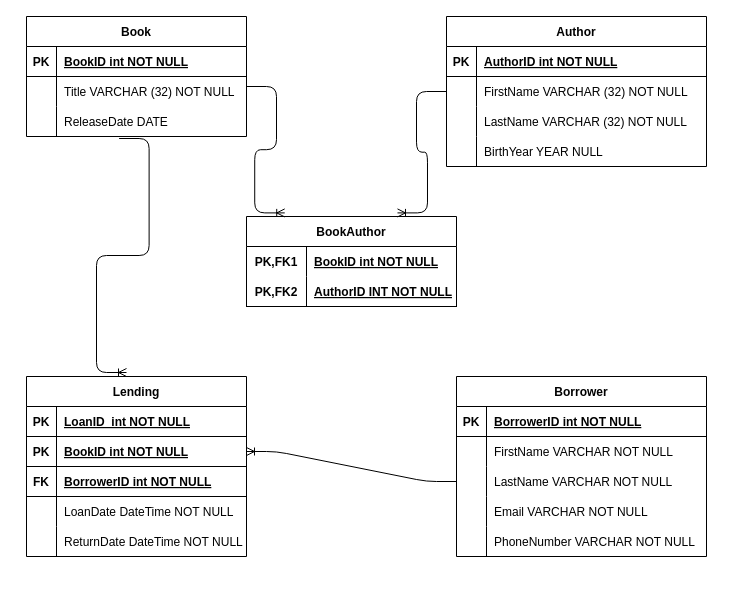
Earlier version of the draw.io diagram ER-Model_Diagram/ER-Diagram.drawio (nicorasck/Slutuppgift_Bibliotekssystem). Source tidied: cells renumbered, new cells numbered last; positions are measured from the earlier drawing's top-left corner, leaving out a move shared by most shapes. Both pictures are drawn from the tidied source at 100%, with x=0, y=0 at pixel (26, 16).
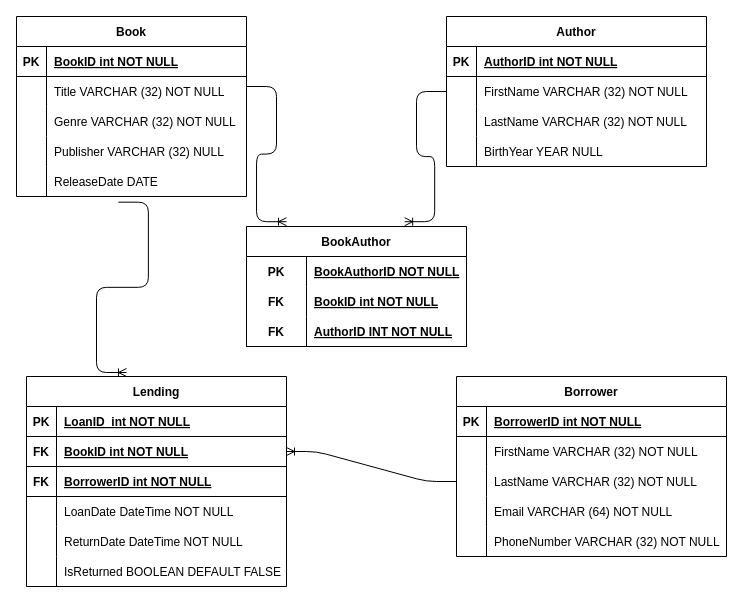
After the change.

The edit, as a diff of the source:
```diff
@@
     <mxCell id="2" value="Book" style="shape=table;startSize=30;childLayout=tableLayout;rowLines=0;fontStyle=1;align=center;" parent="1" vertex="1">
-      <mxGeometry width="220" height="120" as="geometry" />
+      <mxGeometry x="-10" width="230" height="180" as="geometry" />
     </mxCell>
     <mxCell id="3" style="shape=tableRow;horizontal=0;startSize=0;swimlaneHead=0;swimlaneBody=0;fillColor=none;top=0;left=0;right=0;bottom=1;" parent="2" vertex="1">
-      <mxGeometry y="30" width="220" height="30" as="geometry" />
+      <mxGeometry y="30" width="230" height="30" as="geometry" />
     </mxCell>
@@
     <mxCell id="5" value="BookID int NOT NULL" style="shape=partialRectangle;fillColor=none;top=0;left=0;bottom=0;right=0;align=left;spacingLeft=6;fontStyle=5;overflow=hidden;" parent="3" vertex="1">
-      <mxGeometry x="30" width="190" height="30" as="geometry" />
+      <mxGeometry x="30" width="200" height="30" as="geometry" />
     </mxCell>
     <mxCell id="6" style="shape=tableRow;horizontal=0;startSize=0;swimlaneHead=0;swimlaneBody=0;fillColor=none;top=0;left=0;right=0;bottom=0;" parent="2" vertex="1">
-      <mxGeometry y="60" width="220" height="30" as="geometry" />
+      <mxGeometry y="60" width="230" height="30" as="geometry" />
     </mxCell>
@@
     <mxCell id="8" value="Title VARCHAR (32) NOT NULL" style="shape=partialRectangle;fillColor=none;top=0;left=0;bottom=0;right=0;align=left;spacingLeft=6;overflow=hidden;" parent="6" vertex="1">
-      <mxGeometry x="30" width="190" height="30" as="geometry" />
+      <mxGeometry x="30" width="200" height="30" as="geometry" />
     </mxCell>
+    <mxCell id="68" style="shape=tableRow;horizontal=0;startSize=0;swimlaneHead=0;swimlaneBody=0;fillColor=none;top=0;left=0;right=0;bottom=0;" parent="2" vertex="1">
+      <mxGeometry y="90" width="230" height="30" as="geometry" />
+    </mxCell>
+    <mxCell id="69" style="shape=partialRectangle;fillColor=none;top=0;left=0;bottom=0;right=0;overflow=hidden;" parent="68" vertex="1">
+      <mxGeometry width="30" height="30" as="geometry" />
+    </mxCell>
+    <mxCell id="70" value="Genre VARCHAR (32) NOT NULL" style="shape=partialRectangle;fillColor=none;top=0;left=0;bottom=0;right=0;align=left;spacingLeft=6;overflow=hidden;" parent="68" vertex="1">
+      <mxGeometry x="30" width="200" height="30" as="geometry" />
+    </mxCell>
     <mxCell id="9" style="shape=tableRow;horizontal=0;startSize=0;swimlaneHead=0;swimlaneBody=0;fillColor=none;points=[[0,0.5],[1,0.5]];portConstraint=eastwest;top=0;left=0;right=0;bottom=0;" parent="2" vertex="1">
-      <mxGeometry y="90" width="220" height="30" as="geometry" />
+      <mxGeometry y="120" width="230" height="30" as="geometry" />
     </mxCell>
@@
-    <mxCell id="11" value="ReleaseDate DATE" style="shape=partialRectangle;fillColor=none;top=0;left=0;bottom=0;right=0;align=left;spacingLeft=6;overflow=hidden;" parent="9" vertex="1">
-      <mxGeometry x="30" width="190" height="30" as="geometry" />
+    <mxCell id="11" value="Publisher VARCHAR (32) NULL" style="shape=partialRectangle;fillColor=none;top=0;left=0;bottom=0;right=0;align=left;spacingLeft=6;overflow=hidden;" parent="9" vertex="1">
+      <mxGeometry x="30" width="200" height="30" as="geometry" />
     </mxCell>
+    <mxCell id="71" style="shape=tableRow;horizontal=0;startSize=0;swimlaneHead=0;swimlaneBody=0;fillColor=none;points=[[0,0.5],[1,0.5]];portConstraint=eastwest;top=0;left=0;right=0;bottom=0;" parent="2" vertex="1">
+      <mxGeometry y="150" width="230" height="30" as="geometry" />
+    </mxCell>
+    <mxCell id="72" style="shape=partialRectangle;fillColor=none;top=0;left=0;bottom=0;right=0;overflow=hidden;" parent="71" vertex="1">
+      <mxGeometry width="30" height="30" as="geometry" />
+    </mxCell>
+    <mxCell id="73" value="ReleaseDate DATE" style="shape=partialRectangle;fillColor=none;top=0;left=0;bottom=0;right=0;align=left;spacingLeft=6;overflow=hidden;" parent="71" vertex="1">
+      <mxGeometry x="30" width="200" height="30" as="geometry" />
+    </mxCell>
@@
     <mxCell id="25" value="BookAuthor" style="shape=table;startSize=30;childLayout=tableLayout;rowLines=0;fontStyle=1;align=center;" parent="1" vertex="1">
-      <mxGeometry x="220" y="200" width="210" height="90" as="geometry" />
+      <mxGeometry x="220" y="210" width="220" height="120" as="geometry" />
     </mxCell>
+    <mxCell id="74" style="shape=tableRow;horizontal=0;startSize=0;swimlaneHead=0;swimlaneBody=0;fillColor=none;top=0;left=0;right=0;bottom=0;" parent="25" vertex="1">
+      <mxGeometry y="30" width="220" height="30" as="geometry" />
+    </mxCell>
+    <mxCell id="75" value="PK" style="shape=partialRectangle;fillColor=none;top=0;left=0;bottom=0;right=0;fontStyle=1;overflow=hidden;" parent="74" vertex="1">
+      <mxGeometry width="60" height="30" as="geometry" />
+    </mxCell>
+    <mxCell id="76" value="BookAuthorID NOT NULL" style="shape=partialRectangle;fillColor=none;top=0;left=0;bottom=0;right=0;align=left;spacingLeft=6;fontStyle=5;overflow=hidden;" parent="74" vertex="1">
+      <mxGeometry x="60" width="160" height="30" as="geometry" />
+    </mxCell>
     <mxCell id="26" style="shape=tableRow;horizontal=0;startSize=0;swimlaneHead=0;swimlaneBody=0;fillColor=none;top=0;left=0;right=0;bottom=0;" parent="25" vertex="1">
-      <mxGeometry y="30" width="210" height="30" as="geometry" />
+      <mxGeometry y="60" width="220" height="30" as="geometry" />
     </mxCell>
-    <mxCell id="27" value="PK,FK1" style="shape=partialRectangle;fillColor=none;top=0;left=0;bottom=0;right=0;fontStyle=1;overflow=hidden;" parent="26" vertex="1">
+    <mxCell id="27" value="FK" style="shape=partialRectangle;fillColor=none;top=0;left=0;bottom=0;right=0;fontStyle=1;overflow=hidden;" parent="26" vertex="1">
       <mxGeometry width="60" height="30" as="geometry" />
     </mxCell>
     <mxCell id="28" value="BookID int NOT NULL" style="shape=partialRectangle;fillColor=none;top=0;left=0;bottom=0;right=0;align=left;spacingLeft=6;fontStyle=5;overflow=hidden;" parent="26" vertex="1">
-      <mxGeometry x="60" width="150" height="30" as="geometry" />
+      <mxGeometry x="60" width="160" height="30" as="geometry" />
     </mxCell>
     <mxCell id="29" style="shape=tableRow;horizontal=0;startSize=0;swimlaneHead=0;swimlaneBody=0;fillColor=none;top=0;left=0;right=0;bottom=1;" parent="25" vertex="1">
-      <mxGeometry y="60" width="210" height="30" as="geometry" />
+      <mxGeometry y="90" width="220" height="30" as="geometry" />
     </mxCell>
-    <mxCell id="30" value="PK,FK2" style="shape=partialRectangle;fillColor=none;top=0;left=0;bottom=0;right=0;fontStyle=1;overflow=hidden;" parent="29" vertex="1">
+    <mxCell id="30" value="FK" style="shape=partialRectangle;fillColor=none;top=0;left=0;bottom=0;right=0;fontStyle=1;overflow=hidden;" parent="29" vertex="1">
       <mxGeometry width="60" height="30" as="geometry" />
     </mxCell>
     <mxCell id="31" value="AuthorID INT NOT NULL" style="shape=partialRectangle;fillColor=none;top=0;left=0;bottom=0;right=0;align=left;spacingLeft=6;fontStyle=5;overflow=hidden;" parent="29" vertex="1">
-      <mxGeometry x="60" width="150" height="30" as="geometry" />
+      <mxGeometry x="60" width="160" height="30" as="geometry" />
     </mxCell>
     <mxCell id="32" value="Lending" style="shape=table;startSize=30;childLayout=tableLayout;rowLines=0;fontStyle=1;align=center;" parent="1" vertex="1">
-      <mxGeometry y="360" width="220" height="180" as="geometry" />
+      <mxGeometry y="360" width="260" height="210" as="geometry" />
     </mxCell>
     <mxCell id="33" style="shape=tableRow;horizontal=0;startSize=0;swimlaneHead=0;swimlaneBody=0;fillColor=none;top=0;left=0;right=0;bottom=1;" parent="32" vertex="1">
-      <mxGeometry y="30" width="220" height="30" as="geometry" />
+      <mxGeometry y="30" width="260" height="30" as="geometry" />
     </mxCell>
@@
     <mxCell id="35" value="LoanID  int NOT NULL" style="shape=partialRectangle;fillColor=none;top=0;left=0;bottom=0;right=0;align=left;spacingLeft=6;fontStyle=5;overflow=hidden;" parent="33" vertex="1">
-      <mxGeometry x="30" width="190" height="30" as="geometry" />
+      <mxGeometry x="30" width="230" height="30" as="geometry" />
     </mxCell>
     <mxCell id="36" style="shape=tableRow;horizontal=0;startSize=0;swimlaneHead=0;swimlaneBody=0;fillColor=none;points=[[0,0.5],[1,0.5]];portConstraint=eastwest;top=0;left=0;right=0;bottom=1;" parent="32" vertex="1">
-      <mxGeometry y="60" width="220" height="30" as="geometry" />
+      <mxGeometry y="60" width="260" height="30" as="geometry" />
     </mxCell>
-    <mxCell id="37" value="PK" style="shape=partialRectangle;fillColor=none;top=0;left=0;bottom=0;right=0;fontStyle=1;overflow=hidden;" parent="36" vertex="1">
+    <mxCell id="37" value="FK" style="shape=partialRectangle;fillColor=none;top=0;left=0;bottom=0;right=0;fontStyle=1;overflow=hidden;" parent="36" vertex="1">
       <mxGeometry width="30" height="30" as="geometry" />
     </mxCell>
     <mxCell id="38" value="BookID int NOT NULL" style="shape=partialRectangle;fillColor=none;top=0;left=0;bottom=0;right=0;align=left;spacingLeft=6;fontStyle=5;overflow=hidden;" parent="36" vertex="1">
-      <mxGeometry x="30" width="190" height="30" as="geometry" />
+      <mxGeometry x="30" width="230" height="30" as="geometry" />
     </mxCell>
     <mxCell id="39" style="shape=tableRow;horizontal=0;startSize=0;swimlaneHead=0;swimlaneBody=0;fillColor=none;top=0;left=0;right=0;bottom=1;" parent="32" vertex="1">
-      <mxGeometry y="90" width="220" height="30" as="geometry" />
+      <mxGeometry y="90" width="260" height="30" as="geometry" />
     </mxCell>
@@
     <mxCell id="41" value="BorrowerID int NOT NULL" style="shape=partialRectangle;fillColor=none;top=0;left=0;bottom=0;right=0;align=left;spacingLeft=6;fontStyle=5;overflow=hidden;" parent="39" vertex="1">
-      <mxGeometry x="30" width="190" height="30" as="geometry" />
+      <mxGeometry x="30" width="230" height="30" as="geometry" />
     </mxCell>
     <mxCell id="42" style="shape=tableRow;horizontal=0;startSize=0;swimlaneHead=0;swimlaneBody=0;fillColor=none;top=0;left=0;right=0;bottom=0;" parent="32" vertex="1">
-      <mxGeometry y="120" width="220" height="30" as="geometry" />
+      <mxGeometry y="120" width="260" height="30" as="geometry" />
     </mxCell>
@@
     <mxCell id="44" value="LoanDate DateTime NOT NULL" style="shape=partialRectangle;fillColor=none;top=0;left=0;bottom=0;right=0;align=left;spacingLeft=6;overflow=hidden;" parent="42" vertex="1">
-      <mxGeometry x="30" width="190" height="30" as="geometry" />
+      <mxGeometry x="30" width="230" height="30" as="geometry" />
     </mxCell>
     <mxCell id="45" style="shape=tableRow;horizontal=0;startSize=0;swimlaneHead=0;swimlaneBody=0;fillColor=none;top=0;left=0;right=0;bottom=0;" parent="32" vertex="1">
-      <mxGeometry y="150" width="220" height="30" as="geometry" />
+      <mxGeometry y="150" width="260" height="30" as="geometry" />
     </mxCell>
@@
     <mxCell id="47" value="ReturnDate DateTime NOT NULL" style="shape=partialRectangle;fillColor=none;top=0;left=0;bottom=0;right=0;align=left;spacingLeft=6;overflow=hidden;" parent="45" vertex="1">
-      <mxGeometry x="30" width="190" height="30" as="geometry" />
+      <mxGeometry x="30" width="230" height="30" as="geometry" />
     </mxCell>
+    <mxCell id="77" style="shape=tableRow;horizontal=0;startSize=0;swimlaneHead=0;swimlaneBody=0;fillColor=none;top=0;left=0;right=0;bottom=0;" parent="32" vertex="1">
+      <mxGeometry y="180" width="260" height="30" as="geometry" />
+    </mxCell>
+    <mxCell id="78" style="shape=partialRectangle;fillColor=none;top=0;left=0;bottom=0;right=0;overflow=hidden;" parent="77" vertex="1">
+      <mxGeometry width="30" height="30" as="geometry" />
+    </mxCell>
+    <mxCell id="79" value="IsReturned BOOLEAN DEFAULT FALSE" style="shape=partialRectangle;fillColor=none;top=0;left=0;bottom=0;right=0;align=left;spacingLeft=6;overflow=hidden;" parent="77" vertex="1">
+      <mxGeometry x="30" width="230" height="30" as="geometry" />
+    </mxCell>
     <mxCell id="48" value="Borrower" style="shape=table;startSize=30;childLayout=tableLayout;rowLines=0;fontStyle=1;align=center;" parent="1" vertex="1">
-      <mxGeometry x="430" y="360" width="250" height="180" as="geometry" />
+      <mxGeometry x="430" y="360" width="270" height="180" as="geometry" />
     </mxCell>
     <mxCell id="49" style="shape=tableRow;horizontal=0;startSize=0;swimlaneHead=0;swimlaneBody=0;fillColor=none;top=0;left=0;right=0;bottom=1;" parent="48" vertex="1">
-      <mxGeometry y="30" width="250" height="30" as="geometry" />
+      <mxGeometry y="30" width="270" height="30" as="geometry" />
     </mxCell>
@@
     <mxCell id="51" value="BorrowerID int NOT NULL" style="shape=partialRectangle;fillColor=none;top=0;left=0;bottom=0;right=0;align=left;spacingLeft=6;fontStyle=5;overflow=hidden;" parent="49" vertex="1">
-      <mxGeometry x="30" width="220" height="30" as="geometry" />
+      <mxGeometry x="30" width="240" height="30" as="geometry" />
     </mxCell>
     <mxCell id="52" style="shape=tableRow;horizontal=0;startSize=0;swimlaneHead=0;swimlaneBody=0;fillColor=none;top=0;left=0;right=0;bottom=0;" parent="48" vertex="1">
-      <mxGeometry y="60" width="250" height="30" as="geometry" />
+      <mxGeometry y="60" width="270" height="30" as="geometry" />
     </mxCell>
@@
-    <mxCell id="54" value="FirstName VARCHAR NOT NULL" style="shape=partialRectangle;fillColor=none;top=0;left=0;bottom=0;right=0;align=left;spacingLeft=6;overflow=hidden;" parent="52" vertex="1">
-      <mxGeometry x="30" width="220" height="30" as="geometry" />
+    <mxCell id="54" value="FirstName VARCHAR (32) NOT NULL" style="shape=partialRectangle;fillColor=none;top=0;left=0;bottom=0;right=0;align=left;spacingLeft=6;overflow=hidden;" parent="52" vertex="1">
+      <mxGeometry x="30" width="240" height="30" as="geometry" />
     </mxCell>
     <mxCell id="55" style="shape=tableRow;horizontal=0;startSize=0;swimlaneHead=0;swimlaneBody=0;fillColor=none;points=[[0,0.5],[1,0.5]];portConstraint=eastwest;top=0;left=0;right=0;bottom=0;" parent="48" vertex="1">
-      <mxGeometry y="90" width="250" height="30" as="geometry" />
+      <mxGeometry y="90" width="270" height="30" as="geometry" />
     </mxCell>
@@
-    <mxCell id="57" value="LastName VARCHAR NOT NULL" style="shape=partialRectangle;fillColor=none;top=0;left=0;bottom=0;right=0;align=left;spacingLeft=6;overflow=hidden;" parent="55" vertex="1">
-      <mxGeometry x="30" width="220" height="30" as="geometry" />
+    <mxCell id="57" value="LastName VARCHAR (32) NOT NULL" style="shape=partialRectangle;fillColor=none;top=0;left=0;bottom=0;right=0;align=left;spacingLeft=6;overflow=hidden;" parent="55" vertex="1">
+      <mxGeometry x="30" width="240" height="30" as="geometry" />
     </mxCell>
     <mxCell id="58" style="shape=tableRow;horizontal=0;startSize=0;swimlaneHead=0;swimlaneBody=0;fillColor=none;top=0;left=0;right=0;bottom=0;" parent="48" vertex="1">
-      <mxGeometry y="120" width="250" height="30" as="geometry" />
+      <mxGeometry y="120" width="270" height="30" as="geometry" />
     </mxCell>
@@
-    <mxCell id="60" value="Email VARCHAR NOT NULL" style="shape=partialRectangle;fillColor=none;top=0;left=0;bottom=0;right=0;align=left;spacingLeft=6;overflow=hidden;" parent="58" vertex="1">
-      <mxGeometry x="30" width="220" height="30" as="geometry" />
+    <mxCell id="60" value="Email VARCHAR (64) NOT NULL" style="shape=partialRectangle;fillColor=none;top=0;left=0;bottom=0;right=0;align=left;spacingLeft=6;overflow=hidden;" parent="58" vertex="1">
+      <mxGeometry x="30" width="240" height="30" as="geometry" />
     </mxCell>
     <mxCell id="61" style="shape=tableRow;horizontal=0;startSize=0;swimlaneHead=0;swimlaneBody=0;fillColor=none;top=0;left=0;right=0;bottom=0;" parent="48" vertex="1">
-      <mxGeometry y="150" width="250" height="30" as="geometry" />
+      <mxGeometry y="150" width="270" height="30" as="geometry" />
     </mxCell>
@@
-    <mxCell id="63" value="PhoneNumber VARCHAR NOT NULL" style="shape=partialRectangle;fillColor=none;top=0;left=0;bottom=0;right=0;align=left;spacingLeft=6;overflow=hidden;" parent="61" vertex="1">
-      <mxGeometry x="30" width="220" height="30" as="geometry" />
+    <mxCell id="63" value="PhoneNumber VARCHAR (32) NOT NULL" style="shape=partialRectangle;fillColor=none;top=0;left=0;bottom=0;right=0;align=left;spacingLeft=6;overflow=hidden;" parent="61" vertex="1">
+      <mxGeometry x="30" width="240" height="30" as="geometry" />
     </mxCell>
@@
-    <mxCell id="66" style="edgeStyle=entityRelationEdgeStyle;fontSize=12;html=1;endArrow=ERoneToMany;exitX=0.421;exitY=1.067;exitDx=0;exitDy=0;exitPerimeter=0;" parent="1" edge="1" source="9">
+    <mxCell id="66" style="edgeStyle=entityRelationEdgeStyle;fontSize=12;html=1;endArrow=ERoneToMany;exitX=0.443;exitY=1.189;exitDx=0;exitDy=0;exitPerimeter=0;" parent="1" edge="1" source="71">
       <mxGeometry relative="1" as="geometry">
         <mxPoint x="100" y="356" as="targetPoint" />
       </mxGeometry>
     </mxCell>
```
